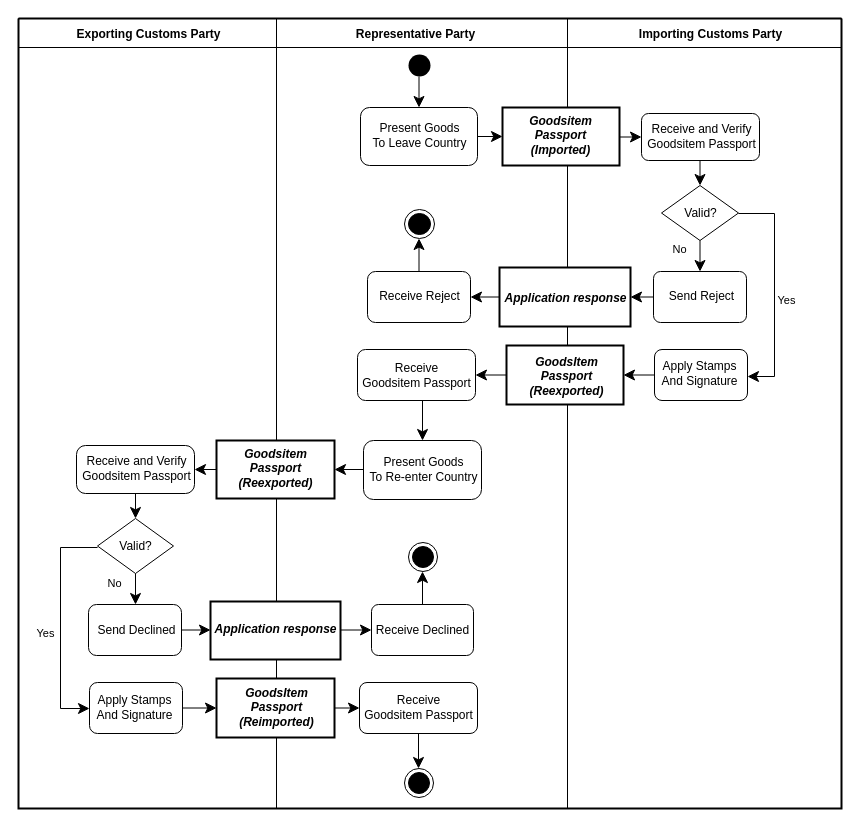
Above: diagrams/UBL-2.3-GoodsItemPassportReturnProcess/UBL-2.3-GoodsItemPassportReturnProcess.drawio in kduvekot/ubl-work-on-svg-images (draw.io), before the change. Source tidied: cells renumbered, new cells numbered last; positions are measured from the earlier drawing's top-left corner, leaving out a move shared by most shapes. Both pictures are drawn from the tidied source at 100%, with x=0, y=0 at pixel (18, 18).
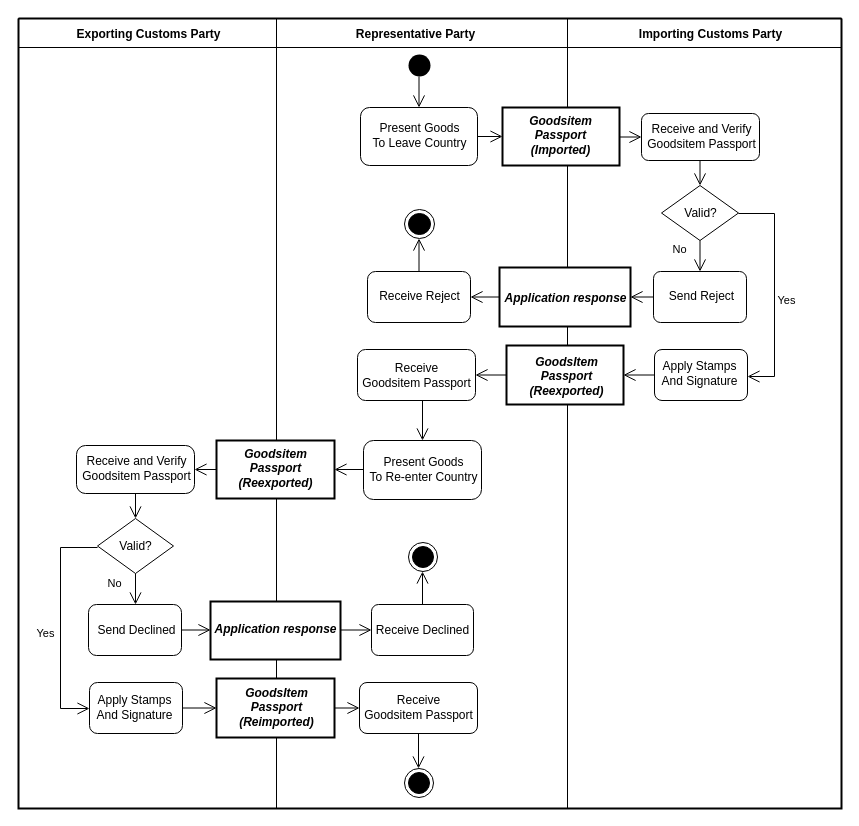
The same diagram, later.

Unchanged cells that the change refers to:
```xml
<mxCell id="2" style="swimlane;html=1;startSize=0;whiteSpace=wrap;fillColor=none;strokeWidth=2;" parent="1" vertex="1">
<mxCell id="3" value="Exporting Customs Party" style="swimlane;horizontal=1;startSize=29;swimlaneLine=1;spacingTop=2;html=1;fillColor=none;fontStyle=1;spacing=0;spacingLeft=2;" parent="2" vertex="1">
<mxCell id="4" value="Representative Party" style="swimlane;horizontal=1;startSize=29;swimlaneLine=1;spacingTop=3;html=1;fillColor=none;fontStyle=1;spacing=0;spacingRight=13;" parent="2" vertex="1">
<mxCell id="5" value="Importing Customs Party" style="swimlane;horizontal=1;startSize=29;swimlaneLine=1;spacingTop=3;html=1;fillColor=none;fontStyle=1;spacing=0;spacingLeft=12;" parent="2" vertex="1">
<mxCell id="6" style="ellipse;shape=startState;fillColor=#000000;strokeColor=none;html=1;" parent="4" vertex="1">
<mxCell id="7" value="Present Goods&lt;br&gt;To Leave Country" style="rounded=1;absoluteArcSize=1;arcSize=18;html=1;whiteSpace=nowrap;fontStyle=0;align=center;verticalAlign=middle;spacing=0;spacingBottom=2;" parent="4" vertex="1">
<mxCell id="8" value="Goodsitem&lt;br&gt;Passport&lt;br&gt;(Imported)" style="rounded=0;html=1;whiteSpace=nowrap;fontStyle=3;align=center;verticalAlign=middle;spacing=0;spacingRight=1;spacingBottom=2;strokeWidth=2;" parent="5" vertex="1">
<mxCell id="9" value="Receive and Verify&lt;br&gt;Goodsitem Passport" style="rounded=1;absoluteArcSize=1;arcSize=14;html=1;whiteSpace=nowrap;fontStyle=0;align=center;verticalAlign=middle;spacing=0;spacingLeft=2;spacingBottom=2;" parent="5" vertex="1">
<mxCell id="10" value="Valid?" style="rhombus;html=1;whiteSpace=nowrap;fontStyle=0;align=center;verticalAlign=middle;spacing=0;spacingTop=1;" parent="5" vertex="1">
<mxCell id="11" style="ellipse;shape=endState;fillColor=#000000;html=1;" parent="4" vertex="1">
<mxCell id="12" value="Application response" style="rounded=0;html=1;whiteSpace=nowrap;fontStyle=3;align=center;verticalAlign=middle;spacing=0;spacingTop=3;strokeWidth=2;" parent="5" vertex="1">
<mxCell id="13" value="Receive Reject" style="rounded=1;absoluteArcSize=1;arcSize=16;html=1;whiteSpace=nowrap;fontStyle=0;align=center;verticalAlign=middle;spacing=0;spacingLeft=1;spacingBottom=2;" parent="4" vertex="1">
<mxCell id="14" value="Send Reject" style="rounded=1;absoluteArcSize=1;arcSize=14;html=1;whiteSpace=nowrap;fontStyle=0;align=center;verticalAlign=middle;spacing=0;spacingLeft=3;spacingBottom=2;" parent="5" vertex="1">
<mxCell id="15" value="GoodsItem&lt;br&gt;Passport&lt;br&gt;(Reexported)" style="rounded=0;html=1;whiteSpace=nowrap;fontStyle=3;align=center;verticalAlign=middle;spacing=0;spacingLeft=2;spacingTop=2;strokeWidth=2;" parent="5" vertex="1">
<mxCell id="16" value="Receive&lt;br&gt;Goodsitem Passport" style="rounded=1;absoluteArcSize=1;arcSize=16;html=1;whiteSpace=nowrap;fontStyle=0;align=center;verticalAlign=middle;spacing=0;spacingRight=1;spacingTop=1;" parent="4" vertex="1">
<mxCell id="17" value="Apply Stamps&lt;br&gt;And Signature" style="rounded=1;absoluteArcSize=1;arcSize=15;html=1;whiteSpace=nowrap;fontStyle=0;align=center;verticalAlign=middle;spacing=0;spacingRight=4;spacingBottom=4;" parent="5" vertex="1">
<mxCell id="18" value="Present Goods&lt;br&gt;To Re-enter Country" style="rounded=1;absoluteArcSize=1;arcSize=20;html=1;whiteSpace=nowrap;fontStyle=0;align=center;verticalAlign=middle;spacing=0;spacingLeft=1;spacingBottom=2;" parent="4" vertex="1">
<mxCell id="19" value="Goodsitem&lt;br&gt;Passport&lt;br&gt;(Reexported)" style="rounded=0;html=1;whiteSpace=nowrap;fontStyle=3;align=center;verticalAlign=middle;spacing=0;spacingRight=1;spacingBottom=2;strokeWidth=2;" parent="4" vertex="1">
<mxCell id="20" value="Receive and Verify&lt;br&gt;Goodsitem Passport" style="rounded=1;absoluteArcSize=1;arcSize=18;html=1;whiteSpace=nowrap;fontStyle=0;align=center;verticalAlign=middle;spacing=0;spacingLeft=2;spacingBottom=2;" parent="3" vertex="1">
<mxCell id="21" value="Valid?" style="rhombus;html=1;whiteSpace=nowrap;fontStyle=0;align=center;verticalAlign=middle;spacing=0;spacingTop=1;" parent="3" vertex="1">
<mxCell id="22" style="ellipse;shape=endState;fillColor=#000000;html=1;" parent="4" vertex="1">
<mxCell id="23" value="Application response" style="rounded=0;html=1;whiteSpace=nowrap;fontStyle=3;align=center;verticalAlign=middle;spacing=0;spacingBottom=2;strokeWidth=2;" parent="4" vertex="1">
<mxCell id="24" value="Send Declined" style="rounded=1;absoluteArcSize=1;arcSize=16;html=1;whiteSpace=nowrap;fontStyle=0;align=center;verticalAlign=middle;spacing=0;spacingLeft=2;" parent="3" vertex="1">
<mxCell id="25" value="Receive Declined" style="rounded=1;absoluteArcSize=1;arcSize=14;html=1;whiteSpace=nowrap;fontStyle=0;align=center;verticalAlign=middle;spacing=0;" parent="4" vertex="1">
<mxCell id="26" value="GoodsItem&lt;br&gt;Passport&lt;br&gt;(Reimported)" style="rounded=0;html=1;whiteSpace=nowrap;fontStyle=3;align=center;verticalAlign=middle;spacing=0;spacingLeft=2;spacingBottom=2;strokeWidth=2;" parent="4" vertex="1">
<mxCell id="27" value="Apply Stamps&lt;br&gt;And Signature" style="rounded=1;absoluteArcSize=1;arcSize=16;html=1;whiteSpace=nowrap;fontStyle=0;align=center;verticalAlign=middle;spacing=0;spacingRight=3;spacingBottom=2;" parent="3" vertex="1">
<mxCell id="28" value="Receive&lt;br&gt;Goodsitem Passport" style="rounded=1;absoluteArcSize=1;arcSize=15;html=1;whiteSpace=nowrap;fontStyle=0;align=center;verticalAlign=middle;spacing=0;spacingRight=1;spacingBottom=2;" parent="4" vertex="1">
<mxCell id="29" style="ellipse;shape=endState;fillColor=#000000;html=1;" parent="4" vertex="1">
```

Diff of the diagram source:
```diff
@@
-    <mxCell id="30" style="edgeStyle=none;rounded=0;html=1;endArrow=classic;endFill=1;endSize=9;exitPerimeter=0;entryX=0.5;entryY=0;entryPerimeter=0;exitX=0.483333;exitY=0.8675;" parent="4" edge="1" source="6" target="7">
+    <mxCell id="30" style="edgeStyle=none;rounded=0;html=1;endArrow=open;endFill=0;endSize=10;exitPerimeter=0;entryX=0.5;entryY=0;entryPerimeter=0;exitX=0.483333;exitY=0.8675;" parent="4" edge="1" source="6" target="7">
       <mxGeometry relative="1" as="geometry" />
     </mxCell>
-    <mxCell id="31" style="edgeStyle=none;rounded=0;html=1;endArrow=classic;endFill=1;endSize=9;exitX=1;exitY=0.5;exitPerimeter=0;entryX=0;entryY=0.5;entryPerimeter=0;" parent="2" edge="1" source="7" target="8">
+    <mxCell id="31" style="edgeStyle=none;rounded=0;html=1;endArrow=open;endFill=0;endSize=10;exitX=1;exitY=0.5;exitPerimeter=0;entryX=0;entryY=0.5;entryPerimeter=0;" parent="2" edge="1" source="7" target="8">
       <mxGeometry relative="1" as="geometry" />
     </mxCell>
-    <mxCell id="32" style="edgeStyle=none;rounded=0;html=1;endArrow=classic;endFill=1;endSize=9;exitPerimeter=0;entryX=0;entryY=0.5;entryPerimeter=0;exitX=1;exitY=0.508621;" parent="5" edge="1" source="8" target="9">
+    <mxCell id="32" style="edgeStyle=none;rounded=0;html=1;endArrow=open;endFill=0;endSize=10;exitPerimeter=0;entryX=0;entryY=0.5;entryPerimeter=0;exitX=1;exitY=0.508621;" parent="5" edge="1" source="8" target="9">
       <mxGeometry relative="1" as="geometry" />
     </mxCell>
-    <mxCell id="33" style="edgeStyle=none;rounded=0;html=1;endArrow=classic;endFill=1;endSize=9;exitPerimeter=0;entryX=0.5;entryY=0;entryPerimeter=0;exitX=0.495763;exitY=1;" parent="5" edge="1" source="9" target="10">
+    <mxCell id="33" style="edgeStyle=none;rounded=0;html=1;endArrow=open;endFill=0;endSize=10;exitPerimeter=0;entryX=0.5;entryY=0;entryPerimeter=0;exitX=0.495763;exitY=1;" parent="5" edge="1" source="9" target="10">
       <mxGeometry relative="1" as="geometry" />
     </mxCell>
-    <mxCell id="34" value="Yes" style="edgeStyle=orthogonalEdgeStyle;rounded=0;html=1;endArrow=classic;endFill=1;endSize=9;exitPerimeter=0;entryPerimeter=0;fontStyle=0;align=center;verticalAlign=middle;labelBackgroundColor=none;exitX=1;exitY=0.509091;entryX=1;entryY=0.529412;" parent="5" edge="1" source="10" target="17">
+    <mxCell id="34" value="Yes" style="edgeStyle=orthogonalEdgeStyle;rounded=0;html=1;endArrow=open;endFill=0;endSize=10;exitPerimeter=0;entryPerimeter=0;fontStyle=0;align=center;verticalAlign=middle;labelBackgroundColor=none;exitX=1;exitY=0.509091;entryX=1;entryY=0.529412;" parent="5" edge="1" source="10" target="17">
       <mxGeometry x="0.09" relative="1" as="geometry">
         <Array as="points">
           <mxPoint x="207" y="195" />
           <mxPoint x="207" y="358" />
         </Array>
         <mxPoint x="12" as="offset" />
       </mxGeometry>
     </mxCell>
-    <mxCell id="35" style="edgeStyle=none;rounded=0;html=1;endArrow=classic;endFill=1;endSize=9;exitX=0.5;exitY=0;exitPerimeter=0;entryPerimeter=0;entryX=0.483333;entryY=1;" parent="4" edge="1" source="13" target="11">
+    <mxCell id="35" style="edgeStyle=none;rounded=0;html=1;endArrow=open;endFill=0;endSize=10;exitX=0.5;exitY=0;exitPerimeter=0;entryPerimeter=0;entryX=0.483333;entryY=1;" parent="4" edge="1" source="13" target="11">
       <mxGeometry relative="1" as="geometry" />
     </mxCell>
-    <mxCell id="36" value="No" style="edgeStyle=none;rounded=0;html=1;endArrow=classic;endFill=1;endSize=9;exitX=0.5;exitY=1;exitPerimeter=0;entryPerimeter=0;fontStyle=0;align=center;verticalAlign=middle;labelBackgroundColor=none;entryX=0.5;entryY=0;" parent="5" edge="1" source="10" target="14">
+    <mxCell id="36" value="No" style="edgeStyle=none;rounded=0;html=1;endArrow=open;endFill=0;endSize=10;exitX=0.5;exitY=1;exitPerimeter=0;entryPerimeter=0;fontStyle=0;align=center;verticalAlign=middle;labelBackgroundColor=none;entryX=0.5;entryY=0;" parent="5" edge="1" source="10" target="14">
       <mxGeometry x="-0.42" relative="1" as="geometry">
         <mxPoint x="-21" as="offset" />
       </mxGeometry>
     </mxCell>
-    <mxCell id="37" style="edgeStyle=none;rounded=0;html=1;endArrow=classic;endFill=1;endSize=9;exitX=0;exitY=0.5;exitPerimeter=0;entryX=1;entryY=0.5;entryPerimeter=0;" parent="2" edge="1" source="12" target="13">
+    <mxCell id="37" style="edgeStyle=none;rounded=0;html=1;endArrow=open;endFill=0;endSize=10;exitX=0;exitY=0.5;exitPerimeter=0;entryX=1;entryY=0.5;entryPerimeter=0;" parent="2" edge="1" source="12" target="13">
       <mxGeometry relative="1" as="geometry" />
     </mxCell>
-    <mxCell id="38" style="edgeStyle=none;rounded=0;html=1;endArrow=classic;endFill=1;endSize=9;exitX=0;exitY=0.5;exitPerimeter=0;entryX=1;entryY=0.5;entryPerimeter=0;" parent="5" edge="1" source="14" target="12">
+    <mxCell id="38" style="edgeStyle=none;rounded=0;html=1;endArrow=open;endFill=0;endSize=10;exitX=0;exitY=0.5;exitPerimeter=0;entryX=1;entryY=0.5;entryPerimeter=0;" parent="5" edge="1" source="14" target="12">
       <mxGeometry relative="1" as="geometry" />
     </mxCell>
-    <mxCell id="39" style="edgeStyle=none;rounded=0;html=1;endArrow=classic;endFill=1;endSize=9;exitX=0;exitY=0.5;exitPerimeter=0;entryX=1;entryY=0.5;entryPerimeter=0;" parent="2" edge="1" source="15" target="16">
+    <mxCell id="39" style="edgeStyle=none;rounded=0;html=1;endArrow=open;endFill=0;endSize=10;exitX=0;exitY=0.5;exitPerimeter=0;entryX=1;entryY=0.5;entryPerimeter=0;" parent="2" edge="1" source="15" target="16">
       <mxGeometry relative="1" as="geometry" />
     </mxCell>
-    <mxCell id="40" style="edgeStyle=none;rounded=0;html=1;endArrow=classic;endFill=1;endSize=9;exitX=0;exitY=0.5;exitPerimeter=0;entryX=1;entryY=0.5;entryPerimeter=0;" parent="5" edge="1" source="17" target="15">
+    <mxCell id="40" style="edgeStyle=none;rounded=0;html=1;endArrow=open;endFill=0;endSize=10;exitX=0;exitY=0.5;exitPerimeter=0;entryX=1;entryY=0.5;entryPerimeter=0;" parent="5" edge="1" source="17" target="15">
       <mxGeometry relative="1" as="geometry" />
     </mxCell>
-    <mxCell id="41" style="edgeStyle=none;rounded=0;html=1;endArrow=classic;endFill=1;endSize=9;exitPerimeter=0;entryX=0.5;entryY=0;entryPerimeter=0;exitX=0.550847;exitY=1;" parent="4" edge="1" source="16" target="18">
+    <mxCell id="41" style="edgeStyle=none;rounded=0;html=1;endArrow=open;endFill=0;endSize=10;exitPerimeter=0;entryX=0.5;entryY=0;entryPerimeter=0;exitX=0.550847;exitY=1;" parent="4" edge="1" source="16" target="18">
       <mxGeometry relative="1" as="geometry" />
     </mxCell>
-    <mxCell id="42" style="edgeStyle=none;rounded=0;html=1;endArrow=classic;endFill=1;endSize=9;exitX=0;exitY=0.5;exitPerimeter=0;entryX=1;entryY=0.5;entryPerimeter=0;" parent="2" edge="1" source="19" target="20">
+    <mxCell id="42" style="edgeStyle=none;rounded=0;html=1;endArrow=open;endFill=0;endSize=10;exitX=0;exitY=0.5;exitPerimeter=0;entryX=1;entryY=0.5;entryPerimeter=0;" parent="2" edge="1" source="19" target="20">
       <mxGeometry relative="1" as="geometry" />
     </mxCell>
-    <mxCell id="43" style="edgeStyle=none;rounded=0;html=1;endArrow=classic;endFill=1;endSize=9;exitPerimeter=0;entryX=1;entryY=0.5;entryPerimeter=0;exitX=0;exitY=0.491525;" parent="4" edge="1" source="18" target="19">
+    <mxCell id="43" style="edgeStyle=none;rounded=0;html=1;endArrow=open;endFill=0;endSize=10;exitPerimeter=0;entryX=1;entryY=0.5;entryPerimeter=0;exitX=0;exitY=0.491525;" parent="4" edge="1" source="18" target="19">
       <mxGeometry relative="1" as="geometry" />
     </mxCell>
-    <mxCell id="44" style="edgeStyle=none;rounded=0;html=1;endArrow=classic;endFill=1;endSize=9;exitX=0.5;exitY=1;exitPerimeter=0;entryX=0.5;entryY=0;entryPerimeter=0;" parent="3" edge="1" source="20" target="21">
+    <mxCell id="44" style="edgeStyle=none;rounded=0;html=1;endArrow=open;endFill=0;endSize=10;exitX=0.5;exitY=1;exitPerimeter=0;entryX=0.5;entryY=0;entryPerimeter=0;" parent="3" edge="1" source="20" target="21">
       <mxGeometry relative="1" as="geometry" />
     </mxCell>
-    <mxCell id="45" value="Yes" style="edgeStyle=orthogonalEdgeStyle;rounded=0;html=1;endArrow=classic;endFill=1;endSize=9;exitPerimeter=0;entryPerimeter=0;fontStyle=0;align=center;verticalAlign=middle;labelBackgroundColor=none;exitX=0;exitY=0.527273;entryX=0;entryY=0.509804;" parent="3" edge="1" source="21" target="27">
+    <mxCell id="45" value="Yes" style="edgeStyle=orthogonalEdgeStyle;rounded=0;html=1;endArrow=open;endFill=0;endSize=10;exitPerimeter=0;entryPerimeter=0;fontStyle=0;align=center;verticalAlign=middle;labelBackgroundColor=none;exitX=0;exitY=0.527273;entryX=0;entryY=0.509804;" parent="3" edge="1" source="21" target="27">
       <mxGeometry x="0.08" relative="1" as="geometry">
         <Array as="points">
           <mxPoint x="42" y="529" />
           <mxPoint x="42" y="690" />
         </Array>
         <mxPoint x="-15" as="offset" />
       </mxGeometry>
     </mxCell>
-    <mxCell id="46" style="edgeStyle=none;rounded=0;html=1;endArrow=classic;endFill=1;endSize=9;exitX=0.5;exitY=0;exitPerimeter=0;entryPerimeter=0;entryX=0.482759;entryY=1;" parent="4" edge="1" source="25" target="22">
+    <mxCell id="46" style="edgeStyle=none;rounded=0;html=1;endArrow=open;endFill=0;endSize=10;exitX=0.5;exitY=0;exitPerimeter=0;entryPerimeter=0;entryX=0.482759;entryY=1;" parent="4" edge="1" source="25" target="22">
       <mxGeometry relative="1" as="geometry" />
     </mxCell>
-    <mxCell id="47" value="No" style="edgeStyle=none;rounded=0;html=1;endArrow=classic;endFill=1;endSize=9;exitX=0.5;exitY=1;exitPerimeter=0;entryPerimeter=0;fontStyle=0;align=center;verticalAlign=middle;labelBackgroundColor=none;entryX=0.505376;entryY=0;" parent="3" edge="1" source="21" target="24">
+    <mxCell id="47" value="No" style="edgeStyle=none;rounded=0;html=1;endArrow=open;endFill=0;endSize=10;exitX=0.5;exitY=1;exitPerimeter=0;entryPerimeter=0;fontStyle=0;align=center;verticalAlign=middle;labelBackgroundColor=none;entryX=0.505376;entryY=0;" parent="3" edge="1" source="21" target="24">
       <mxGeometry x="-0.38" relative="1" as="geometry">
         <mxPoint x="-21" as="offset" />
       </mxGeometry>
     </mxCell>
-    <mxCell id="48" style="edgeStyle=none;rounded=0;html=1;endArrow=classic;endFill=1;endSize=9;exitPerimeter=0;entryX=0;entryY=0.5;entryPerimeter=0;exitX=1;exitY=0.491379;" parent="4" edge="1" source="23" target="25">
+    <mxCell id="48" style="edgeStyle=none;rounded=0;html=1;endArrow=open;endFill=0;endSize=10;exitPerimeter=0;entryX=0;entryY=0.5;entryPerimeter=0;exitX=1;exitY=0.491379;" parent="4" edge="1" source="23" target="25">
       <mxGeometry relative="1" as="geometry" />
     </mxCell>
-    <mxCell id="49" style="edgeStyle=none;rounded=0;html=1;endArrow=classic;endFill=1;endSize=9;exitX=1;exitY=0.5;exitPerimeter=0;entryPerimeter=0;entryX=0;entryY=0.491379;" parent="2" edge="1" source="24" target="23">
+    <mxCell id="49" style="edgeStyle=none;rounded=0;html=1;endArrow=open;endFill=0;endSize=10;exitX=1;exitY=0.5;exitPerimeter=0;entryPerimeter=0;entryX=0;entryY=0.491379;" parent="2" edge="1" source="24" target="23">
       <mxGeometry relative="1" as="geometry" />
     </mxCell>
-    <mxCell id="50" style="edgeStyle=none;rounded=0;html=1;endArrow=classic;endFill=1;endSize=9;exitX=1;exitY=0.5;exitPerimeter=0;entryX=0;entryY=0.5;entryPerimeter=0;" parent="2" edge="1" source="27" target="26">
+    <mxCell id="50" style="edgeStyle=none;rounded=0;html=1;endArrow=open;endFill=0;endSize=10;exitX=1;exitY=0.5;exitPerimeter=0;entryX=0;entryY=0.5;entryPerimeter=0;" parent="2" edge="1" source="27" target="26">
       <mxGeometry relative="1" as="geometry" />
     </mxCell>
-    <mxCell id="51" style="edgeStyle=none;rounded=0;html=1;endArrow=classic;endFill=1;endSize=9;exitX=1;exitY=0.5;exitPerimeter=0;entryX=0;entryY=0.5;entryPerimeter=0;" parent="4" edge="1" source="26" target="28">
+    <mxCell id="51" style="edgeStyle=none;rounded=0;html=1;endArrow=open;endFill=0;endSize=10;exitX=1;exitY=0.5;exitPerimeter=0;entryX=0;entryY=0.5;entryPerimeter=0;" parent="4" edge="1" source="26" target="28">
       <mxGeometry relative="1" as="geometry" />
     </mxCell>
-    <mxCell id="52" style="edgeStyle=none;rounded=0;html=1;endArrow=classic;endFill=1;endSize=9;exitX=0.5;exitY=1;exitPerimeter=0;entryPerimeter=0;entryX=0.482759;entryY=0;" parent="4" edge="1" source="28" target="29">
+    <mxCell id="52" style="edgeStyle=none;rounded=0;html=1;endArrow=open;endFill=0;endSize=10;exitX=0.5;exitY=1;exitPerimeter=0;entryPerimeter=0;entryX=0.482759;entryY=0;" parent="4" edge="1" source="28" target="29">
       <mxGeometry relative="1" as="geometry" />
     </mxCell>
```
